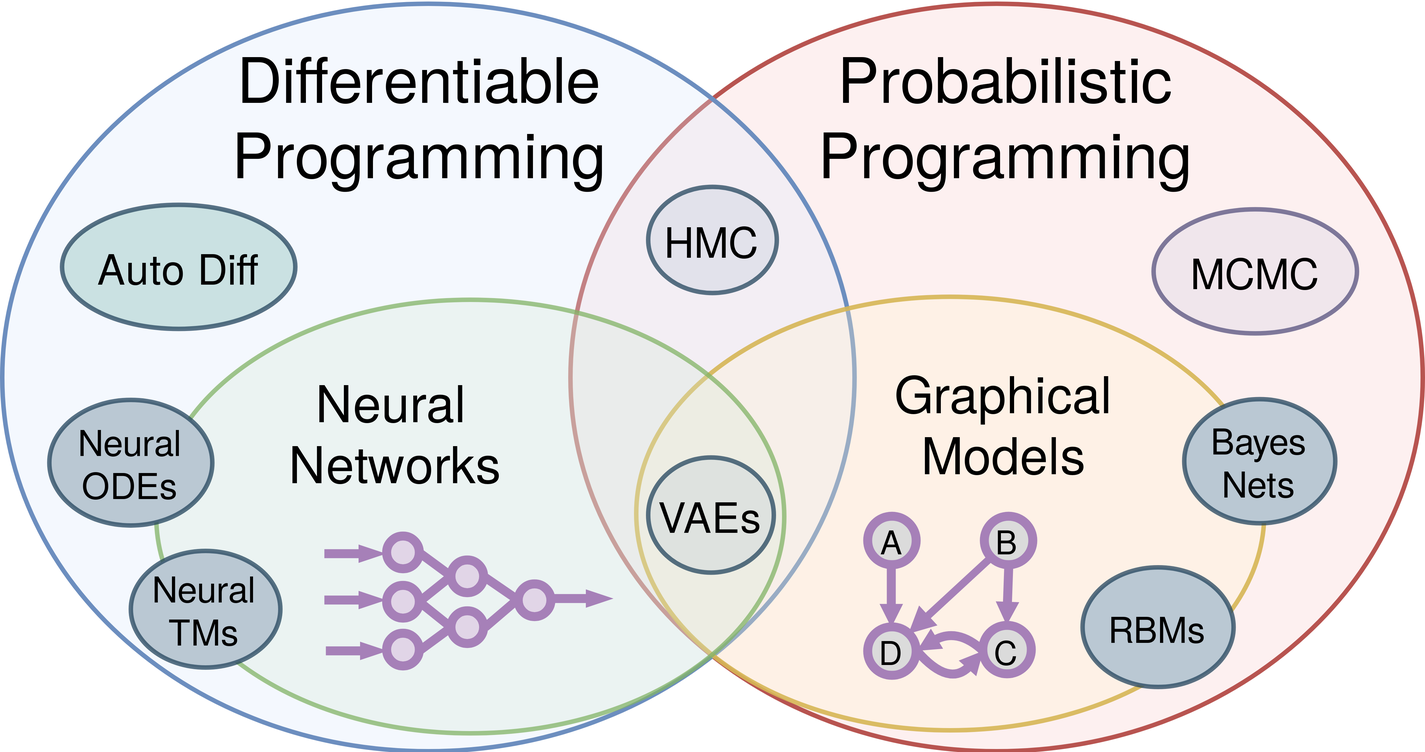
This is latex/thesis/diff_prob_prog.png from breandan/kotlingrad, a draw.io export, as it was before one commit. Source tidied: cells renumbered, new cells last; positions are measured from the earlier drawing's top-left corner, leaving out a move shared by most shapes.
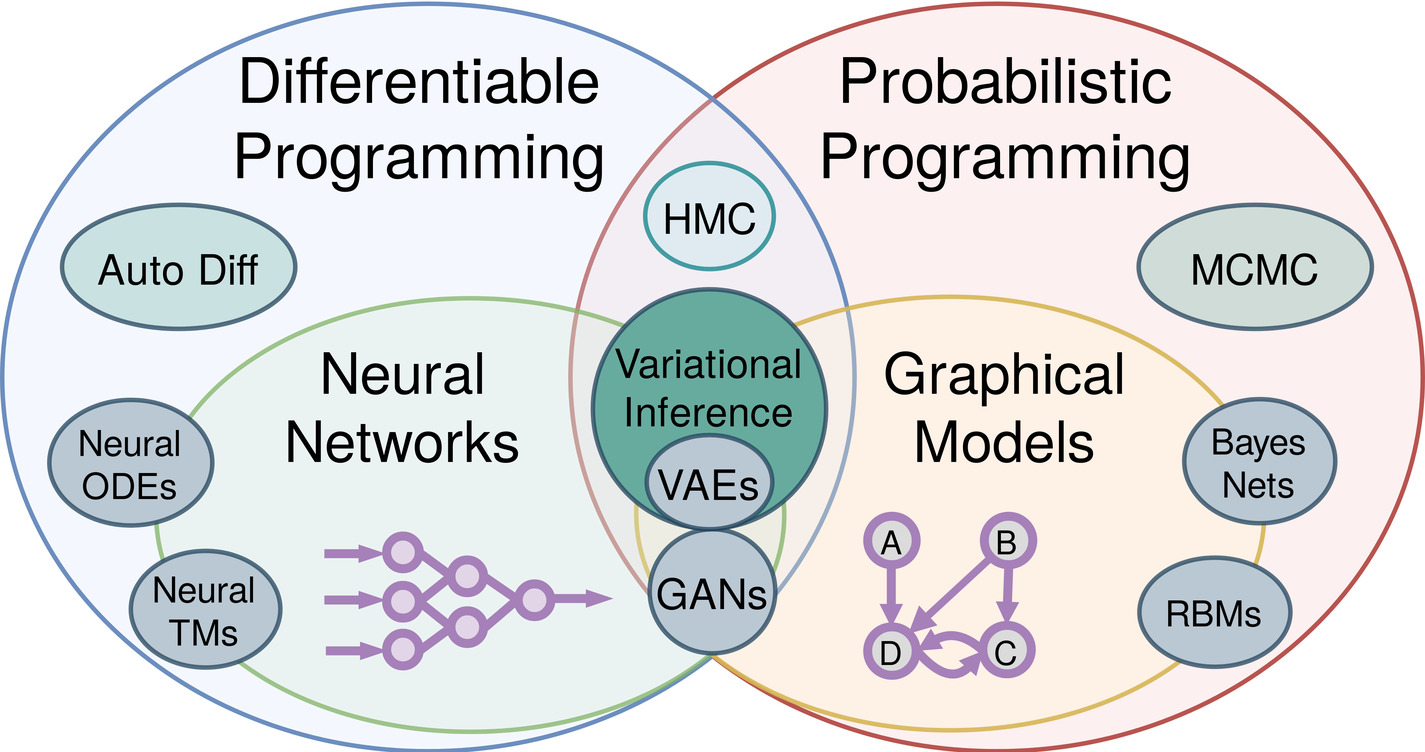
The same file after the commit.

Commit message:
add variational inference and gans

The edit, as a diff of the source:
```diff
@@ -5,14 +5,17 @@
     <mxCell id="2" value="&lt;div style=&quot;font-size: 42px&quot; align=&quot;center&quot;&gt;&lt;font style=&quot;font-size: 42px&quot;&gt;&amp;nbsp; Probabilistic&amp;nbsp; &lt;br&gt;&lt;/font&gt;&lt;/div&gt;&lt;div style=&quot;font-size: 42px&quot; align=&quot;center&quot;&gt;&lt;font style=&quot;font-size: 42px&quot;&gt;&amp;nbsp;&amp;nbsp;&amp;nbsp;&amp;nbsp;&amp;nbsp; Programming &amp;nbsp;&amp;nbsp; &amp;nbsp; &lt;br&gt;&lt;/font&gt;&lt;/div&gt;&lt;div style=&quot;font-size: 42px&quot; align=&quot;center&quot;&gt;&lt;font style=&quot;font-size: 42px&quot;&gt;&lt;br&gt;&lt;/font&gt;&lt;/div&gt;&lt;div style=&quot;font-size: 42px&quot; align=&quot;center&quot;&gt;&lt;font style=&quot;font-size: 42px&quot;&gt;&lt;br&gt;&lt;/font&gt;&lt;/div&gt;&lt;div style=&quot;font-size: 42px&quot; align=&quot;center&quot;&gt;&lt;font style=&quot;font-size: 42px&quot;&gt;&lt;br&gt;&lt;/font&gt;&lt;/div&gt;&lt;div style=&quot;font-size: 42px&quot; align=&quot;center&quot;&gt;&lt;font style=&quot;font-size: 42px&quot;&gt;&lt;br&gt;&lt;/font&gt;&lt;/div&gt;&lt;div style=&quot;font-size: 42px&quot; align=&quot;center&quot;&gt;&lt;font style=&quot;font-size: 42px&quot;&gt;&lt;br&gt;&lt;/font&gt;&lt;/div&gt;&lt;div style=&quot;font-size: 42px&quot; align=&quot;center&quot;&gt;&lt;font style=&quot;font-size: 42px&quot;&gt;&lt;br&gt;&lt;/font&gt;&lt;/div&gt;&lt;div style=&quot;font-size: 42px&quot; align=&quot;center&quot;&gt;&lt;font style=&quot;font-size: 42px&quot;&gt;&lt;br&gt;&lt;/font&gt;&lt;/div&gt;" style="ellipse;whiteSpace=wrap;html=1;fillColor=#f8cecc;fillOpacity=30;strokeColor=#b85450;strokeOpacity=100;strokeWidth=3;" parent="1" vertex="1">
       <mxGeometry x="380" y="-0.5" width="570" height="500" as="geometry" />
     </mxCell>
+    <mxCell id="34" value="&lt;font style=&quot;font-size: 28px&quot;&gt;MCMC&lt;br&gt;&lt;/font&gt;" style="ellipse;whiteSpace=wrap;html=1;fillColor=#67AB9F;strokeColor=#23445d;strokeOpacity=75;fillOpacity=30;strokeWidth=3;" parent="1" vertex="1">
+      <mxGeometry x="760" y="134" width="156" height="83" as="geometry" />
+    </mxCell>
     <mxCell id="3" value="&lt;div style=&quot;font-size: 42px&quot; align=&quot;center&quot;&gt;&lt;font style=&quot;font-size: 42px&quot;&gt;&amp;nbsp;Differentiable&amp;nbsp;&amp;nbsp; &lt;br&gt;&lt;/font&gt;&lt;/div&gt;&lt;div style=&quot;font-size: 42px&quot; align=&quot;center&quot;&gt;&lt;font style=&quot;font-size: 42px&quot;&gt;&amp;nbsp; Programming&amp;nbsp;&amp;nbsp;&amp;nbsp; &lt;br&gt;&lt;/font&gt;&lt;/div&gt;&lt;div style=&quot;font-size: 42px&quot; align=&quot;center&quot;&gt;&lt;font style=&quot;font-size: 42px&quot;&gt;&lt;br&gt;&lt;/font&gt;&lt;/div&gt;&lt;div style=&quot;font-size: 42px&quot; align=&quot;center&quot;&gt;&lt;font style=&quot;font-size: 42px&quot;&gt;&lt;br&gt;&lt;/font&gt;&lt;/div&gt;&lt;div style=&quot;font-size: 42px&quot; align=&quot;center&quot;&gt;&lt;font style=&quot;font-size: 42px&quot;&gt;&lt;br&gt;&lt;/font&gt;&lt;/div&gt;&lt;div style=&quot;font-size: 42px&quot; align=&quot;center&quot;&gt;&lt;font style=&quot;font-size: 42px&quot;&gt;&lt;br&gt;&lt;/font&gt;&lt;/div&gt;&lt;div style=&quot;font-size: 42px&quot; align=&quot;center&quot;&gt;&lt;font style=&quot;font-size: 42px&quot;&gt;&lt;br&gt;&lt;/font&gt;&lt;/div&gt;&lt;div style=&quot;font-size: 42px&quot; align=&quot;center&quot;&gt;&lt;font style=&quot;font-size: 42px&quot;&gt;&lt;br&gt;&lt;/font&gt;&lt;/div&gt;&lt;div style=&quot;font-size: 42px&quot; align=&quot;center&quot;&gt;&lt;font style=&quot;font-size: 42px&quot;&gt;&lt;br&gt;&lt;/font&gt;&lt;/div&gt;" style="ellipse;whiteSpace=wrap;html=1;fillColor=#dae8fc;fillOpacity=30;strokeColor=#6c8ebf;strokeOpacity=100;strokeWidth=3;" parent="1" vertex="1">
       <mxGeometry y="-0.5" width="570" height="500" as="geometry" />
     </mxCell>
-    <mxCell id="4" value="&lt;div style=&quot;font-size: 34px&quot; align=&quot;right&quot;&gt;&lt;font style=&quot;font-size: 34px&quot;&gt;&amp;nbsp;&amp;nbsp;&amp;nbsp;&amp;nbsp;&amp;nbsp;&amp;nbsp; &amp;nbsp; &amp;nbsp; Graphical &amp;nbsp;&amp;nbsp; &lt;br&gt;&lt;/font&gt;&lt;/div&gt;&lt;div style=&quot;font-size: 34px&quot; align=&quot;right&quot;&gt;&lt;font style=&quot;font-size: 34px&quot;&gt;Models&amp;nbsp; &amp;nbsp; &amp;nbsp; &lt;br&gt;&lt;/font&gt;&lt;/div&gt;&lt;div style=&quot;font-size: 34px&quot; align=&quot;right&quot;&gt;&lt;font style=&quot;font-size: 34px&quot;&gt;&lt;br&gt;&lt;/font&gt;&lt;/div&gt;&lt;div style=&quot;font-size: 34px&quot; align=&quot;right&quot;&gt;&lt;font style=&quot;font-size: 34px&quot;&gt;&lt;br&gt;&lt;/font&gt;&lt;/div&gt;&lt;div style=&quot;font-size: 34px&quot; align=&quot;right&quot;&gt;&lt;font style=&quot;font-size: 34px&quot;&gt;&lt;br&gt;&lt;/font&gt;&lt;/div&gt;" style="ellipse;whiteSpace=wrap;html=1;fillColor=#fff2cc;strokeColor=#d6b656;strokeOpacity=90;fillOpacity=30;strokeWidth=3;" parent="1" vertex="1">
+    <mxCell id="4" style="ellipse;whiteSpace=wrap;html=1;fillColor=#fff2cc;strokeColor=#d6b656;strokeOpacity=90;fillOpacity=30;strokeWidth=3;" parent="1" vertex="1">
       <mxGeometry x="424" y="196" width="420" height="290" as="geometry" />
     </mxCell>
-    <mxCell id="5" value="&lt;div style=&quot;font-size: 34px&quot; align=&quot;left&quot;&gt;&lt;font style=&quot;font-size: 34px&quot;&gt;&amp;nbsp; Neural&amp;nbsp;&amp;nbsp;&amp;nbsp;&amp;nbsp;&amp;nbsp;&amp;nbsp;&amp;nbsp;&amp;nbsp;&amp;nbsp; &lt;br&gt;&lt;/font&gt;&lt;/div&gt;&lt;div style=&quot;font-size: 34px&quot; align=&quot;left&quot;&gt;&lt;font style=&quot;font-size: 34px&quot;&gt;&lt;font style=&quot;font-size: 34px&quot;&gt;Networks&amp;nbsp;&lt;/font&gt;&amp;nbsp;&amp;nbsp;&amp;nbsp;&amp;nbsp;&amp;nbsp;&amp;nbsp;&amp;nbsp;&amp;nbsp;&amp;nbsp;&amp;nbsp; &lt;br&gt;&lt;/font&gt;&lt;/div&gt;&lt;div align=&quot;left&quot;&gt;&lt;font style=&quot;font-size: 32px&quot;&gt;&amp;nbsp;&amp;nbsp;&amp;nbsp;&amp;nbsp;&amp;nbsp;&amp;nbsp;&amp;nbsp;&amp;nbsp;&amp;nbsp; &lt;br&gt;&lt;/font&gt;&lt;/div&gt;&lt;div align=&quot;left&quot;&gt;&lt;font style=&quot;font-size: 32px&quot;&gt;&amp;nbsp;&amp;nbsp;&amp;nbsp;&amp;nbsp;&amp;nbsp;&amp;nbsp; &lt;br&gt;&lt;/font&gt;&lt;/div&gt;&lt;div align=&quot;left&quot;&gt;&lt;font style=&quot;font-size: 32px&quot;&gt;&amp;nbsp;&amp;nbsp;&amp;nbsp;&amp;nbsp;&amp;nbsp;&amp;nbsp;&amp;nbsp;&amp;nbsp;&amp;nbsp;&amp;nbsp;&amp;nbsp;&amp;nbsp; &lt;br&gt;&lt;/font&gt;&lt;/div&gt;" style="ellipse;whiteSpace=wrap;html=1;fillColor=#d5e8d4;strokeColor=#82b366;strokeOpacity=75;fillOpacity=30;strokeWidth=3;" parent="1" vertex="1">
-      <mxGeometry x="103" y="198" width="420" height="290" as="geometry" />
+    <mxCell id="5" value="&lt;div style=&quot;font-size: 38px&quot; align=&quot;left&quot;&gt;&lt;font style=&quot;font-size: 38px&quot;&gt;&amp;nbsp; &lt;font style=&quot;font-size: 38px&quot;&gt;&lt;br&gt;&lt;/font&gt;&lt;/font&gt;&lt;/div&gt;&lt;div align=&quot;left&quot;&gt;&lt;font style=&quot;font-size: 32px&quot;&gt;&amp;nbsp;&amp;nbsp;&amp;nbsp;&amp;nbsp;&amp;nbsp;&amp;nbsp;&amp;nbsp;&amp;nbsp;&amp;nbsp; &lt;br&gt;&lt;/font&gt;&lt;/div&gt;&lt;div align=&quot;left&quot;&gt;&lt;font style=&quot;font-size: 32px&quot;&gt;&amp;nbsp;&amp;nbsp;&amp;nbsp;&amp;nbsp;&amp;nbsp;&amp;nbsp; &lt;br&gt;&lt;/font&gt;&lt;/div&gt;&lt;div align=&quot;left&quot;&gt;&lt;font style=&quot;font-size: 32px&quot;&gt;&amp;nbsp;&amp;nbsp;&amp;nbsp;&amp;nbsp;&amp;nbsp;&amp;nbsp;&amp;nbsp;&amp;nbsp;&amp;nbsp;&amp;nbsp;&amp;nbsp;&amp;nbsp; &lt;br&gt;&lt;/font&gt;&lt;/div&gt;" style="ellipse;whiteSpace=wrap;html=1;fillColor=#d5e8d4;strokeColor=#82b366;strokeOpacity=75;fillOpacity=30;strokeWidth=3;" parent="1" vertex="1">
+      <mxGeometry x="103" y="197" width="420" height="290" as="geometry" />
     </mxCell>
     <mxCell id="6" style="ellipse;whiteSpace=wrap;html=1;strokeColor=#A680B8;strokeWidth=6;fillColor=#e1d5e7;fillOpacity=100;" parent="1" vertex="1">
       <mxGeometry x="257" y="356" width="21.9" height="21.9" as="geometry" />
@@ -117,26 +120,35 @@
     <mxCell id="32" value="&lt;font style=&quot;font-size: 28px&quot;&gt;Auto Diff&lt;br&gt;&lt;/font&gt;" style="ellipse;whiteSpace=wrap;html=1;fillColor=#67AB9F;strokeColor=#23445d;strokeOpacity=75;fillOpacity=30;strokeWidth=3;" parent="1" vertex="1">
       <mxGeometry x="40" y="134" width="156" height="83" as="geometry" />
     </mxCell>
-    <mxCell id="33" value="&lt;font style=&quot;font-size: 28px&quot;&gt;HMC&lt;/font&gt;" style="ellipse;whiteSpace=wrap;html=1;fillColor=#bac8d3;strokeColor=#23445d;strokeOpacity=75;fillOpacity=30;strokeWidth=3;" parent="1" vertex="1">
-      <mxGeometry x="431.5" y="122.5" width="86" height="71" as="geometry" />
+    <mxCell id="33" value="&lt;font style=&quot;font-size: 28px&quot;&gt;HMC&lt;/font&gt;" style="ellipse;whiteSpace=wrap;html=1;fillColor=#b0e3e6;strokeColor=#0e8088;strokeOpacity=75;fillOpacity=30;strokeWidth=3;" parent="1" vertex="1">
+      <mxGeometry x="430.5" y="106.5" width="86" height="71" as="geometry" />
     </mxCell>
-    <mxCell id="34" value="&lt;font style=&quot;font-size: 28px&quot;&gt;MCMC&lt;/font&gt;" style="ellipse;whiteSpace=wrap;html=1;fillColor=#d0cee2;strokeColor=#56517e;strokeOpacity=75;fillOpacity=30;strokeWidth=3;" parent="1" vertex="1">
-      <mxGeometry x="770" y="137" width="136" height="83" as="geometry" />
-    </mxCell>
     <mxCell id="35" value="&lt;font style=&quot;font-size: 24px&quot;&gt;Bayes Nets&lt;/font&gt;" style="ellipse;whiteSpace=wrap;html=1;fillColor=#bac8d3;strokeColor=#23445d;strokeOpacity=75;fillOpacity=100;strokeWidth=3;" parent="1" vertex="1">
       <mxGeometry x="790.5" y="264.5" width="101" height="83" as="geometry" />
     </mxCell>
     <mxCell id="36" value="&lt;font style=&quot;font-size: 24px&quot;&gt;RBMs&lt;/font&gt;" style="ellipse;whiteSpace=wrap;html=1;fillColor=#bac8d3;strokeColor=#23445d;strokeOpacity=75;fillOpacity=100;strokeWidth=3;" parent="1" vertex="1">
-      <mxGeometry x="722.5" y="377" width="101" height="80" as="geometry" />
+      <mxGeometry x="760" y="370" width="101" height="73" as="geometry" />
     </mxCell>
     <mxCell id="37" value="&lt;font style=&quot;font-size: 24px&quot;&gt;Neural ODEs&lt;/font&gt;" style="ellipse;whiteSpace=wrap;html=1;fillColor=#bac8d3;strokeColor=#23445d;strokeOpacity=75;fillOpacity=100;strokeWidth=3;" parent="1" vertex="1">
       <mxGeometry x="31.5" y="264.5" width="109" height="84" as="geometry" />
     </mxCell>
+    <mxCell id="39" value="&lt;font style=&quot;font-size: 24px&quot;&gt;Neural TMs&lt;/font&gt;" style="ellipse;whiteSpace=wrap;html=1;fillColor=#bac8d3;strokeColor=#23445d;strokeOpacity=75;fillOpacity=100;strokeWidth=3;" parent="1" vertex="1">
+      <mxGeometry x="86" y="365.5" width="100" height="78" as="geometry" />
+    </mxCell>
+    <mxCell id="40" value="&lt;font style=&quot;font-size: 28px&quot;&gt;GANs&lt;/font&gt;" style="ellipse;whiteSpace=wrap;html=1;fillColor=#bac8d3;strokeColor=#23445d;strokeOpacity=75;fillOpacity=100;strokeWidth=3;" parent="1" vertex="1">
+      <mxGeometry x="433" y="351" width="84" height="83" as="geometry" />
+    </mxCell>
+    <mxCell id="41" value="&lt;div style=&quot;font-size: 27px&quot;&gt;&lt;font style=&quot;font-size: 27px&quot;&gt;Variational&lt;/font&gt;&lt;/div&gt;&lt;div style=&quot;font-size: 27px&quot;&gt;&lt;font style=&quot;font-size: 27px&quot;&gt;Inference&lt;/font&gt;&lt;/div&gt;&lt;div style=&quot;font-size: 27px&quot;&gt;&lt;font style=&quot;font-size: 27px&quot;&gt;&lt;br&gt;&lt;/font&gt;&lt;/div&gt;" style="ellipse;whiteSpace=wrap;html=1;fillColor=#67AB9F;strokeColor=#23445d;strokeOpacity=75;fillOpacity=100;strokeWidth=3;" parent="1" vertex="1">
+      <mxGeometry x="395" y="191" width="156" height="160" as="geometry" />
+    </mxCell>
-    <mxCell id="38" value="&lt;font style=&quot;font-size: 28px&quot;&gt;VAEs&lt;/font&gt;" style="ellipse;whiteSpace=wrap;html=1;fillColor=#bac8d3;strokeColor=#23445d;strokeOpacity=75;fillOpacity=30;strokeWidth=3;" parent="1" vertex="1">
-      <mxGeometry x="431.5" y="303" width="84" height="77" as="geometry" />
+    <mxCell id="38" value="&lt;font style=&quot;font-size: 28px&quot;&gt;VAEs&lt;/font&gt;" style="ellipse;whiteSpace=wrap;html=1;fillColor=#bac8d3;strokeColor=#23445d;strokeOpacity=75;fillOpacity=100;strokeWidth=3;" parent="1" vertex="1">
+      <mxGeometry x="431" y="288" width="84" height="63" as="geometry" />
     </mxCell>
-    <mxCell id="39" value="&lt;font style=&quot;font-size: 24px&quot;&gt;Neural TMs&lt;/font&gt;" style="ellipse;whiteSpace=wrap;html=1;fillColor=#bac8d3;strokeColor=#23445d;strokeOpacity=75;fillOpacity=100;strokeWidth=3;" parent="1" vertex="1">
-      <mxGeometry x="86" y="365.5" width="100" height="78" as="geometry" />
-    </mxCell>
+    <mxCell id="42" value="&lt;font style=&quot;font-size: 38px&quot;&gt;Neural Networks&lt;/font&gt;" style="text;html=1;strokeColor=none;fillColor=none;align=center;verticalAlign=middle;whiteSpace=wrap;rounded=0;fontSize=22;fontColor=#000000;" parent="1" vertex="1">
+      <mxGeometry x="198" y="256.5" width="140" height="19" as="geometry" />
+    </mxCell>
+    <mxCell id="43" value="&lt;font style=&quot;font-size: 38px&quot;&gt;Graphical Models&lt;/font&gt;" style="text;html=1;strokeColor=none;fillColor=none;align=center;verticalAlign=middle;whiteSpace=wrap;rounded=0;fontSize=22;fontColor=#000000;" parent="1" vertex="1">
+      <mxGeometry x="600.5" y="256.5" width="140" height="20" as="geometry" />
+    </mxCell>
   </root>
 </mxGraphModel>
```
